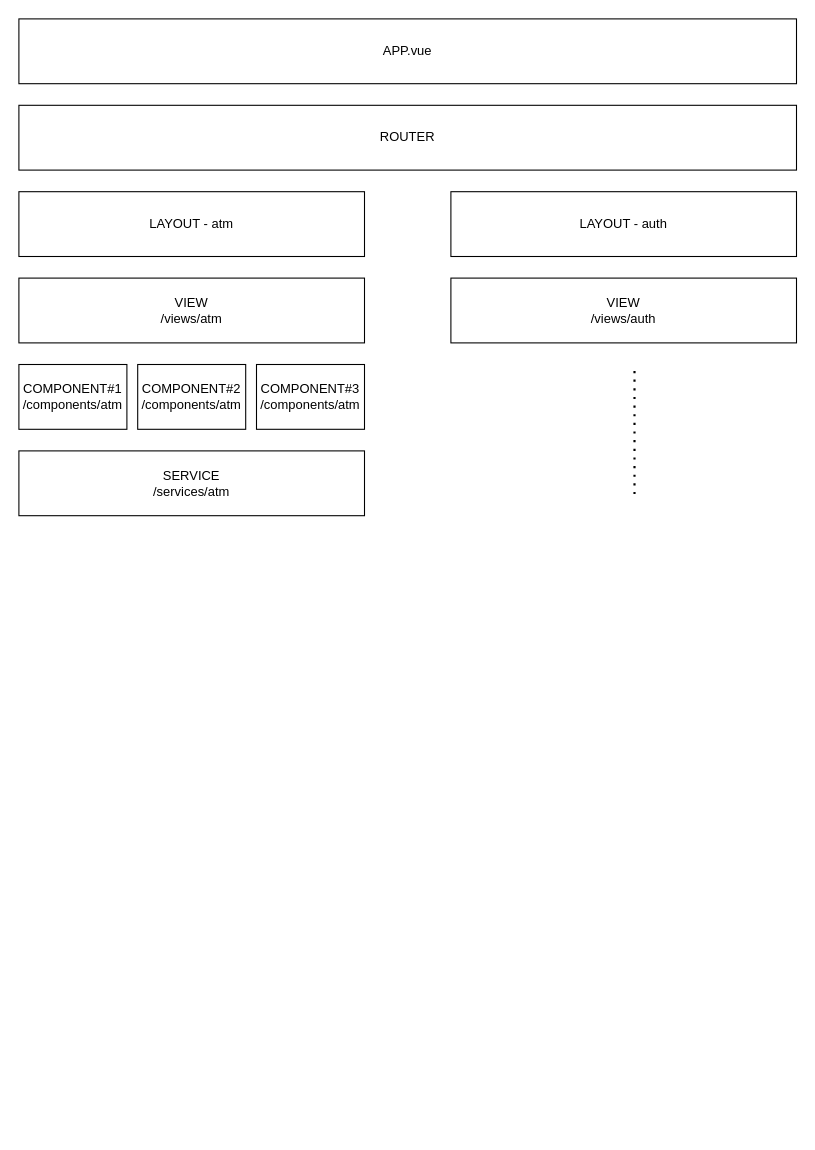
Above: page "ATM TRN SRCH" (5 of 5) of CCMS_Project.drawio in chawaratr/drawio (draw.io), before the change. Source tidied: cells renumbered, new cells numbered last; positions are measured from the earlier drawing's top-left corner, leaving out a move shared by most shapes. Both pictures are drawn from the tidied source at 108%, with x=0, y=0 at pixel (18, 18).
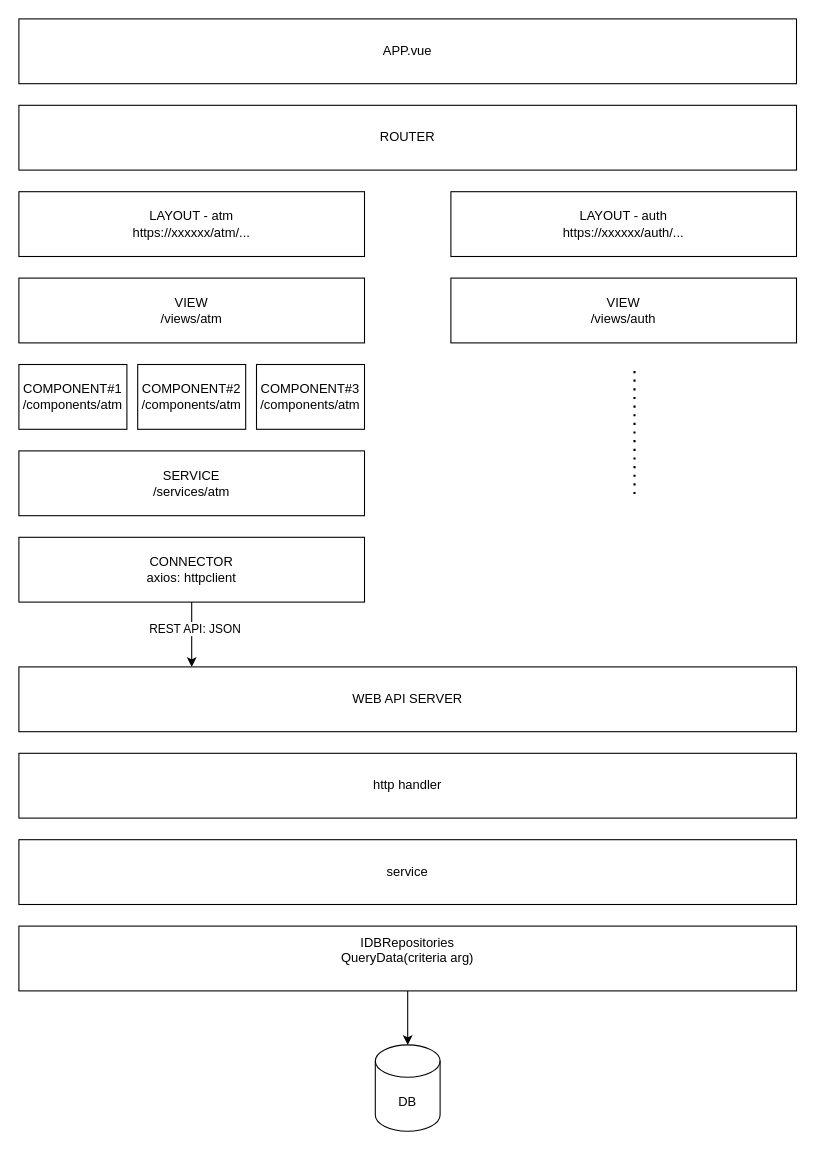
The same diagram, later.

Change to the diagram source:
```diff
@@
-    <mxCell id="3" value="LAYOUT - atm" style="rounded=0;whiteSpace=wrap;html=1;" parent="1" vertex="1">
+    <mxCell id="3" value="LAYOUT - atm&lt;div&gt;https://xxxxxx/atm/...&lt;/div&gt;" style="rounded=0;whiteSpace=wrap;html=1;" parent="1" vertex="1">
       <mxGeometry y="160" width="320" height="60" as="geometry" />
     </mxCell>
-    <mxCell id="4" value="LAYOUT - auth" style="rounded=0;whiteSpace=wrap;html=1;" parent="1" vertex="1">
+    <mxCell id="4" value="LAYOUT - auth&lt;div&gt;https://xxxxxx/auth/...&lt;/div&gt;" style="rounded=0;whiteSpace=wrap;html=1;" parent="1" vertex="1">
       <mxGeometry x="400" y="160" width="320" height="60" as="geometry" />
     </mxCell>
@@
+    <mxCell id="13" value="CONNECTOR&lt;div&gt;axios: httpclient&lt;/div&gt;" style="rounded=0;whiteSpace=wrap;html=1;" parent="1" vertex="1">
+      <mxGeometry y="480" width="320" height="60" as="geometry" />
+    </mxCell>
+    <mxCell id="14" value="WEB API SERVER" style="rounded=0;whiteSpace=wrap;html=1;" parent="1" vertex="1">
+      <mxGeometry y="600" width="720" height="60" as="geometry" />
+    </mxCell>
+    <mxCell id="15" style="edgeStyle=orthogonalEdgeStyle;rounded=0;jettySize=auto;html=1;" parent="1" edge="1" source="13">
+      <mxGeometry relative="1" as="geometry">
+        <mxPoint x="160" y="600" as="targetPoint" />
+      </mxGeometry>
+    </mxCell>
+    <mxCell id="16" value="REST API: JSON" style="edgeLabel;html=1;align=center;verticalAlign=middle;" parent="15" vertex="1">
+      <mxGeometry x="-0.21" y="2" relative="1" as="geometry" />
+    </mxCell>
+    <mxCell id="17" value="http handler" style="rounded=0;whiteSpace=wrap;html=1;" parent="1" vertex="1">
+      <mxGeometry y="680" width="720" height="60" as="geometry" />
+    </mxCell>
+    <mxCell id="18" value="service" style="rounded=0;whiteSpace=wrap;html=1;" parent="1" vertex="1">
+      <mxGeometry y="760" width="720" height="60" as="geometry" />
+    </mxCell>
+    <mxCell id="19" style="edgeStyle=orthogonalEdgeStyle;rounded=0;jettySize=auto;html=1;" parent="1" edge="1" source="20" target="21">
+      <mxGeometry relative="1" as="geometry" />
+    </mxCell>
+    <mxCell id="20" value="IDBRepositories&lt;div&gt;QueryData(criteria arg)&lt;/div&gt;&lt;div&gt;&lt;br&gt;&lt;/div&gt;" style="rounded=0;whiteSpace=wrap;html=1;" parent="1" vertex="1">
+      <mxGeometry y="840" width="720" height="60" as="geometry" />
+    </mxCell>
+    <mxCell id="21" value="DB" style="shape=cylinder3;whiteSpace=wrap;html=1;boundedLbl=1;backgroundOutline=1;size=15;" parent="1" vertex="1">
+      <mxGeometry x="330" y="950" width="60" height="80" as="geometry" />
+    </mxCell>
```
